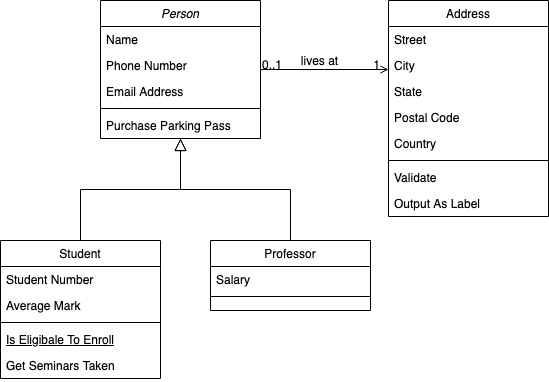
The draw.io diagram 未命名绘图.png in wu0hgl/note, before a commit. Source tidied: cells renumbered, new cells last; positions are measured from the earlier drawing's top-left corner, leaving out a move shared by most shapes.
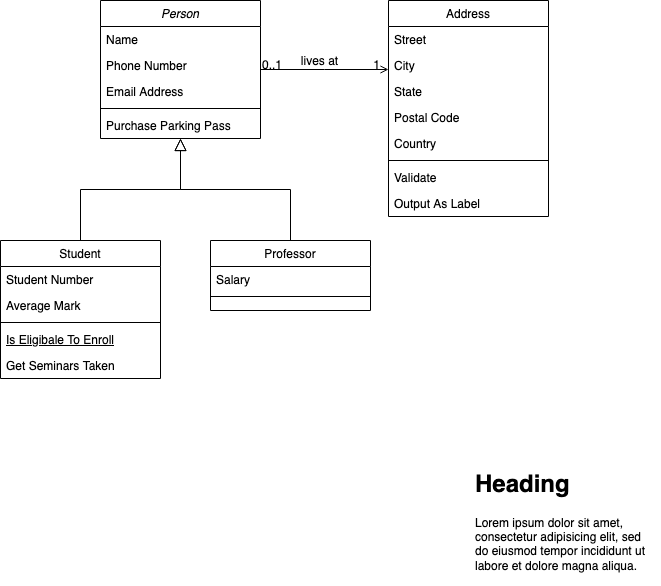
The same file after the commit.

Commit message:
更新未命名绘图.png

The edit, as a diff of the source:
```diff
@@ -100,5 +100,8 @@
         <mxPoint x="-38" y="40" as="offset" />
       </mxGeometry>
     </mxCell>
+    <mxCell id="32" value="&lt;h1&gt;Heading&lt;/h1&gt;&lt;p&gt;Lorem ipsum dolor sit amet, consectetur adipisicing elit, sed do eiusmod tempor incididunt ut labore et dolore magna aliqua.&lt;/p&gt;" style="text;html=1;strokeColor=none;fillColor=none;spacing=5;spacingTop=-20;whiteSpace=wrap;overflow=hidden;rounded=0;" parent="1" vertex="1">
+      <mxGeometry x="470" y="465" width="190" height="120" as="geometry" />
+    </mxCell>
   </root>
 </mxGraphModel>
```
